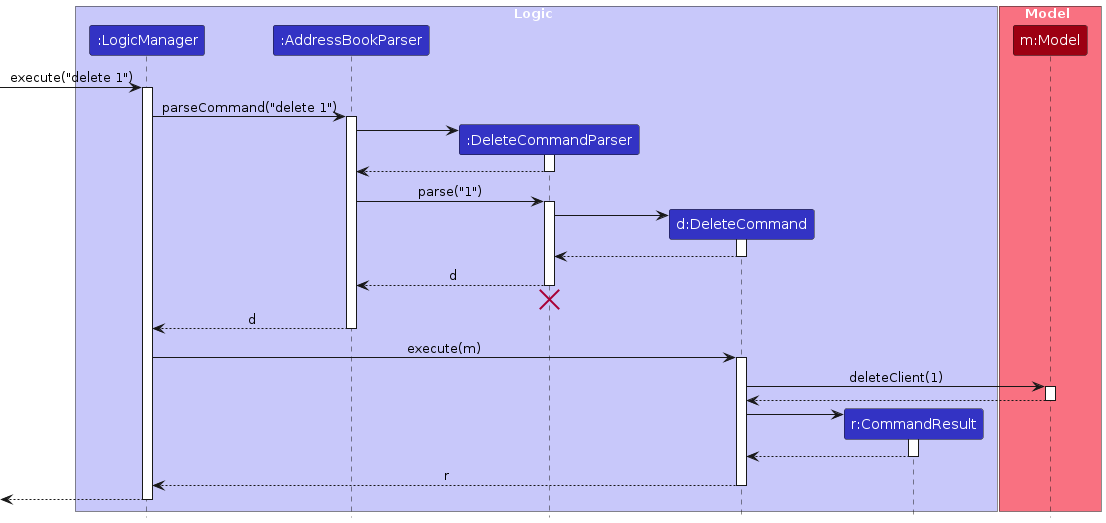
The PlantUML diagram diagrams/DeleteSequenceDiagram.png in AY2627S1-CS2103T-T14-4/tp, before a commit. Its source is kept beside it as diagrams/DeleteSequenceDiagram.puml.
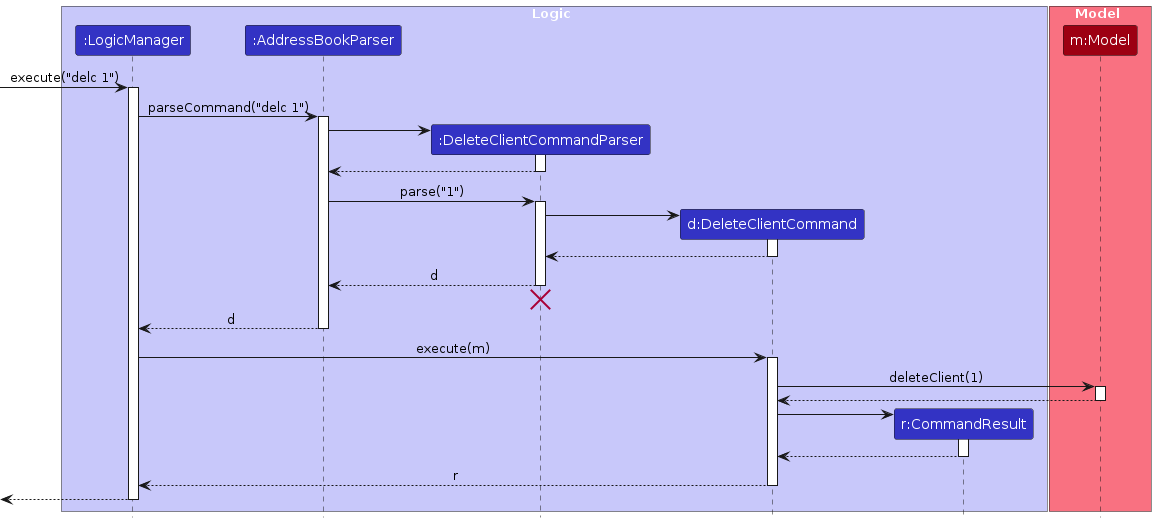
After the change.

What changed in the source:
```diff
@@ -5,8 +5,8 @@
 box Logic LOGIC_COLOR_T1
 participant ":LogicManager" as LogicManager LOGIC_COLOR
 participant ":AddressBookParser" as AddressBookParser LOGIC_COLOR
-participant ":DeleteCommandParser" as DeleteCommandParser LOGIC_COLOR
-participant "d:DeleteCommand" as DeleteCommand LOGIC_COLOR
+participant ":DeleteClientCommandParser" as DeleteClientCommandParser LOGIC_COLOR
+participant "d:DeleteClientCommand" as DeleteClientCommand LOGIC_COLOR
 participant "r:CommandResult" as CommandResult LOGIC_COLOR
 end box
 
@@ -14,55 +14,55 @@
 participant "m:Model" as Model MODEL_COLOR
 end box
 
-[-> LogicManager : execute("delete 1")
+[-> LogicManager : execute("delc 1")
 activate LogicManager
 
-LogicManager -> AddressBookParser : parseCommand("delete 1")
+LogicManager -> AddressBookParser : parseCommand("delc 1")
 activate AddressBookParser
 
-create DeleteCommandParser
-AddressBookParser -> DeleteCommandParser
-activate DeleteCommandParser
+create DeleteClientCommandParser
+AddressBookParser -> DeleteClientCommandParser
+activate DeleteClientCommandParser
 
-DeleteCommandParser --> AddressBookParser
-deactivate DeleteCommandParser
+DeleteClientCommandParser --> AddressBookParser
+deactivate DeleteClientCommandParser
 
-AddressBookParser -> DeleteCommandParser : parse("1")
-activate DeleteCommandParser
+AddressBookParser -> DeleteClientCommandParser : parse("1")
+activate DeleteClientCommandParser
 
-create DeleteCommand
-DeleteCommandParser -> DeleteCommand
-activate DeleteCommand
+create DeleteClientCommand
+DeleteClientCommandParser -> DeleteClientCommand
+activate DeleteClientCommand
 
-DeleteCommand --> DeleteCommandParser :
-deactivate DeleteCommand
+DeleteClientCommand --> DeleteClientCommandParser :
+deactivate DeleteClientCommand
 
-DeleteCommandParser --> AddressBookParser : d
-deactivate DeleteCommandParser
-DeleteCommandParser -[hidden]-> AddressBookParser
-destroy DeleteCommandParser
+DeleteClientCommandParser --> AddressBookParser : d
+deactivate DeleteClientCommandParser
+DeleteClientCommandParser -[hidden]-> AddressBookParser
+destroy DeleteClientCommandParser
 
 AddressBookParser --> LogicManager : d
 deactivate AddressBookParser
 
-LogicManager -> DeleteCommand : execute(m)
-activate DeleteCommand
+LogicManager -> DeleteClientCommand : execute(m)
+activate DeleteClientCommand
 
-DeleteCommand -> Model : deleteClient(1)
+DeleteClientCommand -> Model : deleteClient(1)
 activate Model
 
-Model --> DeleteCommand
+Model --> DeleteClientCommand
 deactivate Model
 
 create CommandResult
-DeleteCommand -> CommandResult
+DeleteClientCommand -> CommandResult
 activate CommandResult
 
-CommandResult --> DeleteCommand
+CommandResult --> DeleteClientCommand
 deactivate CommandResult
 
-DeleteCommand --> LogicManager : r
-deactivate DeleteCommand
+DeleteClientCommand --> LogicManager : r
+deactivate DeleteClientCommand
 
 [<--LogicManager
 deactivate LogicManager
```
